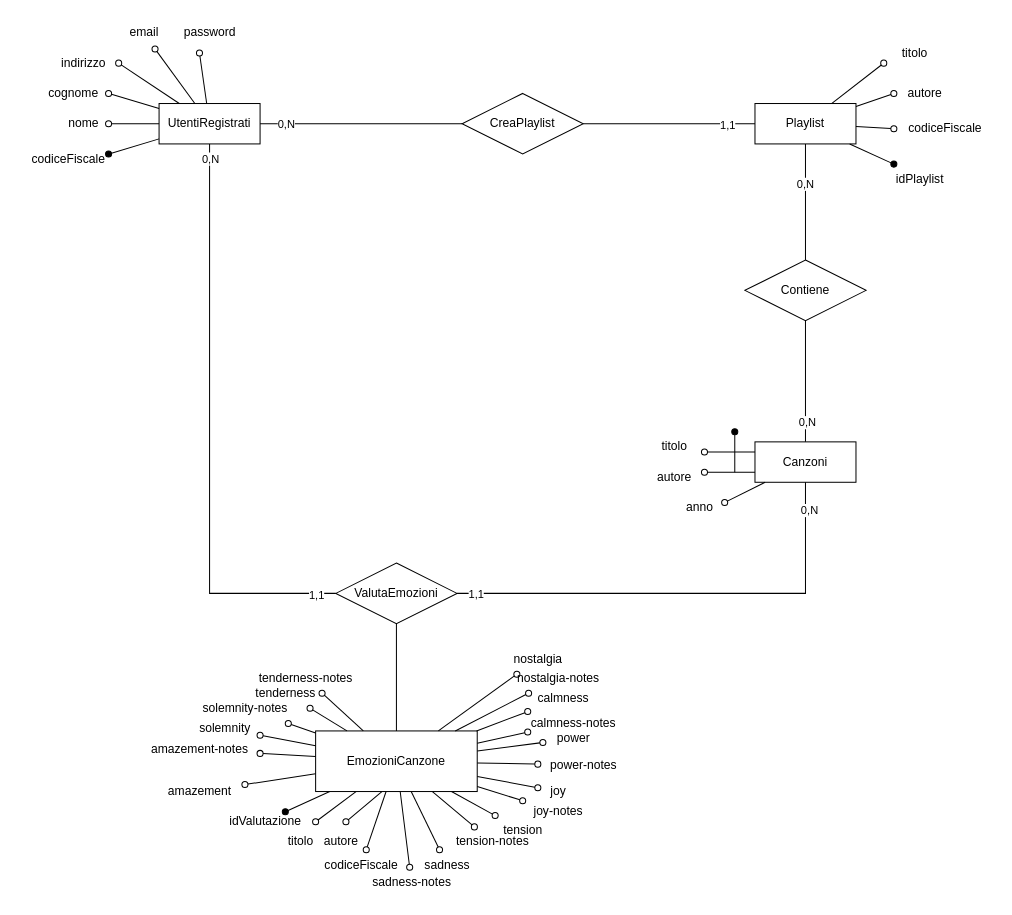
The draw.io diagram DiagrammiER/UtentiRegistrati.drawio in Cacciaa/LaboratorioB, before the edit. Source tidied: cells renumbered, new cells numbered last; positions are measured from the earlier drawing's top-left corner, leaving out a move shared by most shapes. Both pictures are drawn from the tidied source at 101%, with x=0, y=0 at pixel (17, 17).
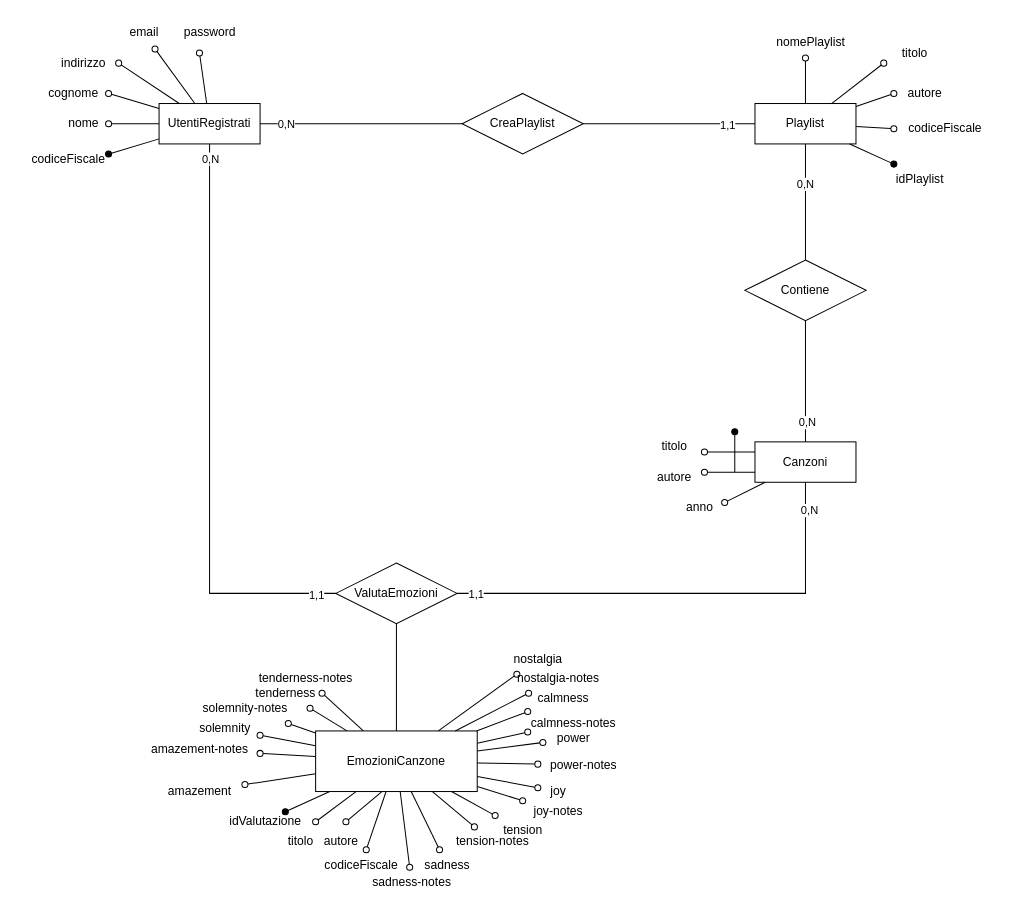
The same page after the edit.

Commit message (it also covers changes not shown here):
Correzione Diagramma ER

Unchanged cells that the change refers to:
```xml
<mxCell id="3" value="Playlist" style="whiteSpace=wrap;html=1;align=center;" parent="1" vertex="1">
  <mxGeometry x="730" y="85" width="100" height="40" as="geometry" />
</mxCell>
```

Change to the diagram source:
```diff
@@
+    <mxCell id="95" style="endArrow=none;html=1;rounded=0;startArrow=oval;startFill=0;" parent="1" edge="1" target="3">
+      <mxGeometry relative="1" as="geometry">
+        <mxPoint x="780" y="40" as="sourcePoint" />
+      </mxGeometry>
+    </mxCell>
+    <mxCell id="96" value="nomePlaylist" style="text;html=1;align=center;verticalAlign=middle;strokeColor=none;fillColor=none;" parent="1" vertex="1">
+      <mxGeometry x="740" y="10" width="90" height="30" as="geometry" />
+    </mxCell>
```
